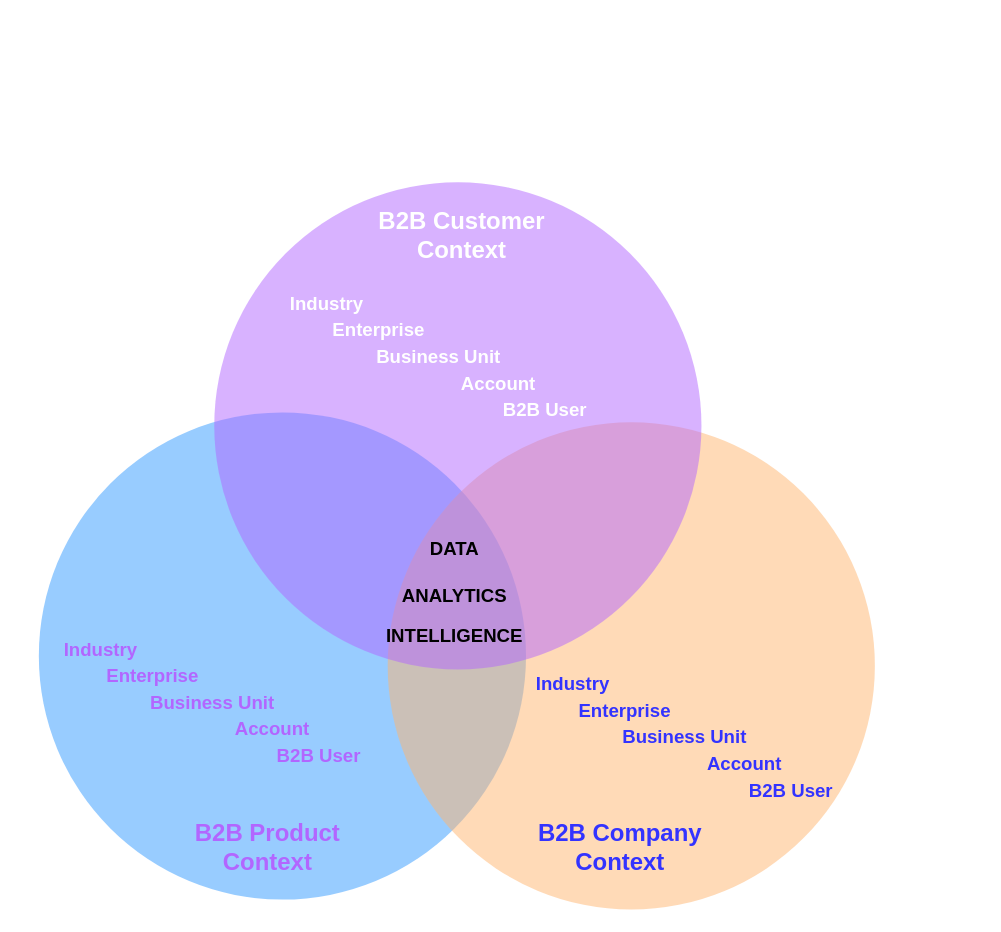
The draw.io diagram assets/meta-contex.drawio in emmanuellim/synchroplay-book, before the edit. Source tidied: cells renumbered, new cells numbered last; positions are measured from the earlier drawing's top-left corner, leaving out a move shared by most shapes. Both pictures are drawn from the tidied source at 133%, with x=0, y=0 at pixel (28, 23).
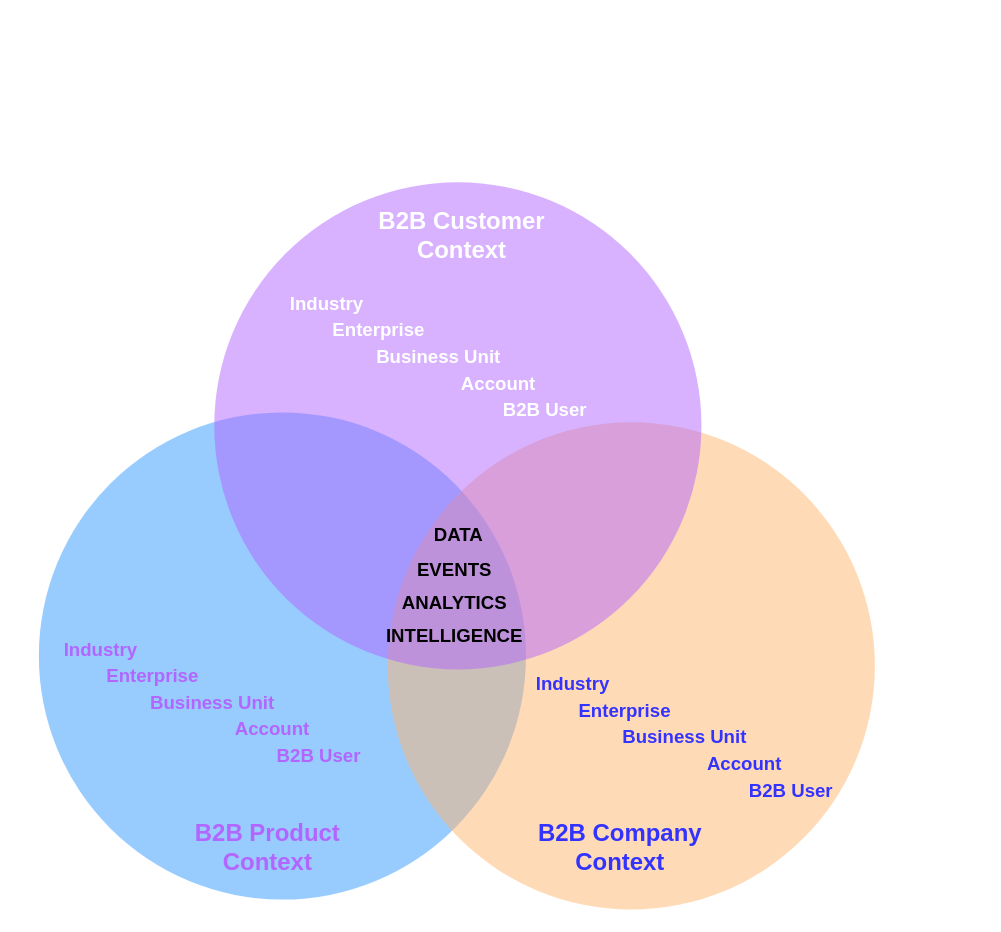
The same diagram, later.

Commit message (it also covers changes not shown here):
Added Events at the context overlap

Unchanged cells that the change refers to:
```xml
<mxCell id="2" style="group;" parent="1" vertex="1">
  <mxGeometry x="123.5" width="591" height="658.9" as="geometry" />
</mxCell>
```

The edit, as a diff of the source:
```diff
@@
     <mxCell id="18" value="&lt;font&gt;&lt;span style=&quot;font-size: 14px&quot;&gt;&lt;b&gt;DATA&lt;/b&gt;&lt;/span&gt;&lt;/font&gt;" style="text;html=1;strokeColor=none;fillColor=none;align=center;verticalAlign=middle;whiteSpace=wrap;rounded=0;shadow=1;labelBackgroundColor=none;fontSize=18;fontColor=#000000;" parent="2" vertex="1">
-      <mxGeometry x="142" y="383.5" width="108.5" height="20" as="geometry" />
+      <mxGeometry x="145" y="374" width="108.5" height="20" as="geometry" />
     </mxCell>
     <mxCell id="19" value="&lt;span style=&quot;font-size: 14px&quot;&gt;&lt;b&gt;ANALYTICS&lt;/b&gt;&lt;/span&gt;" style="text;html=1;strokeColor=none;fillColor=none;align=center;verticalAlign=middle;whiteSpace=wrap;rounded=0;shadow=1;labelBackgroundColor=none;fontSize=18;fontColor=#000000;" parent="2" vertex="1">
-      <mxGeometry x="142" y="420" width="108.5" height="20" as="geometry" />
+      <mxGeometry x="142" y="430" width="108.5" height="10" as="geometry" />
     </mxCell>
@@
+    <mxCell id="27" value="&lt;font&gt;&lt;span style=&quot;font-size: 14px&quot;&gt;&lt;b&gt;EVENTS&lt;/b&gt;&lt;/span&gt;&lt;/font&gt;" style="text;html=1;strokeColor=none;fillColor=none;align=center;verticalAlign=middle;whiteSpace=wrap;rounded=0;shadow=1;labelBackgroundColor=none;fontSize=18;fontColor=#000000;" parent="2" vertex="1">
+      <mxGeometry x="142" y="400" width="108.5" height="20" as="geometry" />
+    </mxCell>
```
